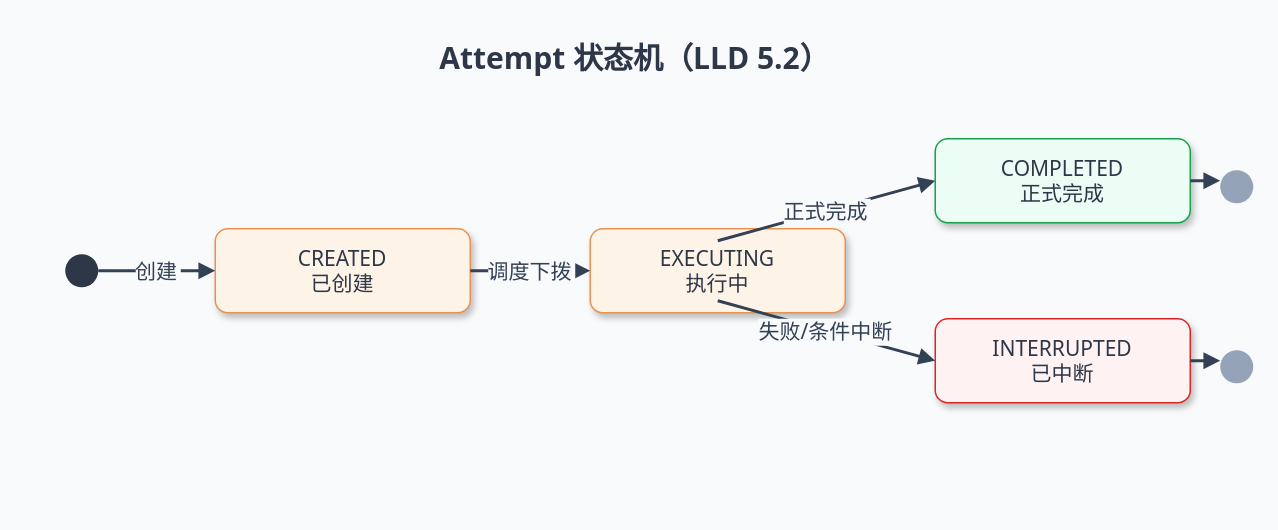
The draw.io diagram page "state-attempt" (6 of 9) of design/diagrams/drawio/turn-scheduler-lld.drawio in JamesLi-NLP/AgentGateway, before the edit. Source tidied: cells renumbered, new cells numbered last; positions are measured from the earlier drawing's top-left corner, leaving out a move shared by most shapes. Both pictures are drawn from the tidied source at 150%, with x=0, y=0 at pixel (64, 26).
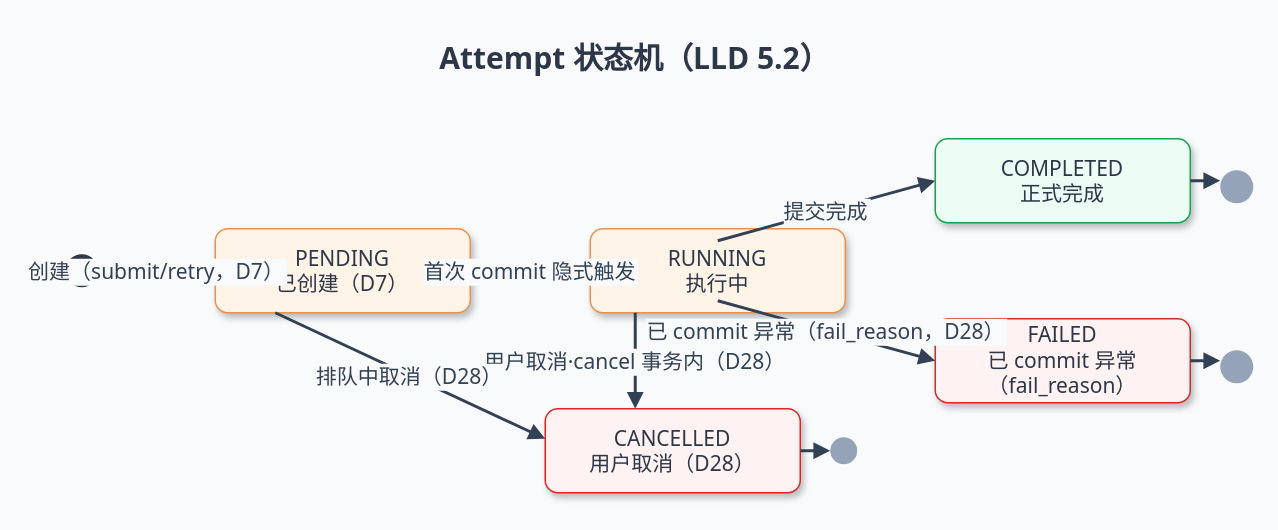
The same diagram, later.

What changed in the source:
```diff
@@
-    <mxCell id="4" value="CREATED&#10;已创建" style="rounded=1;whiteSpace=wrap;html=0;fillColor=#FEF3E7;strokeColor=#E99151;fontFamily=system-ui, -apple-system, PingFang SC, Microsoft YaHei, sans-serif;fontSize=14;fontColor=#2D3748;shadow=1;" parent="1" vertex="1">
-      <mxGeometry x="100" y="135" width="170" height="56" as="geometry" />
-    </mxCell>
-    <mxCell id="5" value="EXECUTING&#10;执行中" style="rounded=1;whiteSpace=wrap;html=0;fillColor=#FEF3E7;strokeColor=#E99151;fontFamily=system-ui, -apple-system, PingFang SC, Microsoft YaHei, sans-serif;fontSize=14;fontColor=#2D3748;shadow=1;" parent="1" vertex="1">
-      <mxGeometry x="350" y="135" width="170" height="56" as="geometry" />
-    </mxCell>
+    <mxCell id="16" value="PENDING&#10;已创建（D7）" style="rounded=1;whiteSpace=wrap;html=0;fillColor=#FEF3E7;strokeColor=#E99151;fontFamily=system-ui, -apple-system, PingFang SC, Microsoft YaHei, sans-serif;fontSize=14;fontColor=#2D3748;shadow=1;" parent="1" vertex="1">
+      <mxGeometry x="100" y="135" width="170" height="56" as="geometry" />
+    </mxCell>
+    <mxCell id="17" value="RUNNING&#10;执行中" style="rounded=1;whiteSpace=wrap;html=0;fillColor=#FEF3E7;strokeColor=#E99151;fontFamily=system-ui, -apple-system, PingFang SC, Microsoft YaHei, sans-serif;fontSize=14;fontColor=#2D3748;shadow=1;" parent="1" vertex="1">
+      <mxGeometry x="350" y="135" width="170" height="56" as="geometry" />
+    </mxCell>
@@
-    <mxCell id="7" value="INTERRUPTED&#10;已中断" style="rounded=1;whiteSpace=wrap;html=0;fillColor=#FEF2F2;strokeColor=#DC2626;fontFamily=system-ui, -apple-system, PingFang SC, Microsoft YaHei, sans-serif;fontSize=14;fontColor=#2D3748;shadow=1;" parent="1" vertex="1">
-      <mxGeometry x="580" y="195" width="170" height="56" as="geometry" />
-    </mxCell>
+    <mxCell id="18" value="FAILED&#10;已 commit 异常（fail_reason）" style="rounded=1;whiteSpace=wrap;html=0;fillColor=#FEF2F2;strokeColor=#DC2626;fontFamily=system-ui, -apple-system, PingFang SC, Microsoft YaHei, sans-serif;fontSize=14;fontColor=#2D3748;shadow=1;" parent="1" vertex="1">
+      <mxGeometry x="580" y="195" width="170" height="56" as="geometry" />
+    </mxCell>
+    <mxCell id="19" value="CANCELLED&#10;用户取消（D28）" style="rounded=1;whiteSpace=wrap;html=0;fillColor=#FEF2F2;strokeColor=#DC2626;fontFamily=system-ui, -apple-system, PingFang SC, Microsoft YaHei, sans-serif;fontSize=14;fontColor=#2D3748;shadow=1;" parent="1" vertex="1">
+      <mxGeometry x="320" y="255" width="170" height="56" as="geometry" />
+    </mxCell>
@@
+    <mxCell id="20" style="ellipse;whiteSpace=wrap;html=0;fillColor=#94A3B8;strokeColor=none;" parent="1" vertex="1">
+      <mxGeometry x="510" y="274" width="18" height="18" as="geometry" />
+    </mxCell>
-    <mxCell id="10" value="创建" style="edgeStyle=none;html=0;strokeWidth=2;strokeColor=#334155;endArrow=block;fontFamily=system-ui, -apple-system, PingFang SC, Microsoft YaHei, sans-serif;fontSize=14;fontColor=#334155;labelBackgroundColor=#F8FAFC;" parent="1" edge="1">
+    <mxCell id="10" value="创建（submit/retry，D7）" style="edgeStyle=none;html=0;strokeWidth=2;strokeColor=#334155;endArrow=block;fontFamily=system-ui, -apple-system, PingFang SC, Microsoft YaHei, sans-serif;fontSize=14;fontColor=#334155;labelBackgroundColor=#F8FAFC;" parent="1" edge="1">
       <mxGeometry relative="1" as="geometry">
         <mxPoint x="22" y="163" as="sourcePoint" />
         <mxPoint x="100" y="163" as="targetPoint" />
       </mxGeometry>
     </mxCell>
-    <mxCell id="11" value="调度下拨" style="edgeStyle=none;html=0;strokeWidth=2;strokeColor=#334155;endArrow=block;fontFamily=system-ui, -apple-system, PingFang SC, Microsoft YaHei, sans-serif;fontSize=14;fontColor=#334155;labelBackgroundColor=#F8FAFC;" parent="1" edge="1">
+    <mxCell id="11" value="首次 commit 隐式触发" style="edgeStyle=none;html=0;strokeWidth=2;strokeColor=#334155;endArrow=block;fontFamily=system-ui, -apple-system, PingFang SC, Microsoft YaHei, sans-serif;fontSize=14;fontColor=#334155;labelBackgroundColor=#F8FAFC;" parent="1" edge="1">
       <mxGeometry relative="1" as="geometry">
         <mxPoint x="270" y="163" as="sourcePoint" />
         <mxPoint x="350" y="163" as="targetPoint" />
       </mxGeometry>
     </mxCell>
-    <mxCell id="12" value="正式完成" style="edgeStyle=none;html=0;strokeWidth=2;strokeColor=#334155;endArrow=block;fontFamily=system-ui, -apple-system, PingFang SC, Microsoft YaHei, sans-serif;fontSize=14;fontColor=#334155;labelBackgroundColor=#F8FAFC;" parent="1" edge="1">
+    <mxCell id="12" value="提交完成" style="edgeStyle=none;html=0;strokeWidth=2;strokeColor=#334155;endArrow=block;fontFamily=system-ui, -apple-system, PingFang SC, Microsoft YaHei, sans-serif;fontSize=14;fontColor=#334155;labelBackgroundColor=#F8FAFC;" parent="1" edge="1">
       <mxGeometry relative="1" as="geometry">
         <mxPoint x="435" y="143" as="sourcePoint" />
         <mxPoint x="580" y="103" as="targetPoint" />
       </mxGeometry>
     </mxCell>
-    <mxCell id="13" value="失败/条件中断" style="edgeStyle=none;html=0;strokeWidth=2;strokeColor=#334155;endArrow=block;fontFamily=system-ui, -apple-system, PingFang SC, Microsoft YaHei, sans-serif;fontSize=14;fontColor=#334155;labelBackgroundColor=#F8FAFC;" parent="1" edge="1">
+    <mxCell id="13" value="已 commit 异常（fail_reason，D28）" style="edgeStyle=none;html=0;strokeWidth=2;strokeColor=#334155;endArrow=block;fontFamily=system-ui, -apple-system, PingFang SC, Microsoft YaHei, sans-serif;fontSize=14;fontColor=#334155;labelBackgroundColor=#F8FAFC;" parent="1" edge="1">
       <mxGeometry relative="1" as="geometry">
         <mxPoint x="435" y="183" as="sourcePoint" />
         <mxPoint x="580" y="223" as="targetPoint" />
       </mxGeometry>
     </mxCell>
-    <mxCell id="14" style="edgeStyle=none;html=0;strokeWidth=2;strokeColor=#334155;endArrow=block;fontFamily=system-ui, -apple-system, PingFang SC, Microsoft YaHei, sans-serif;fontSize=14;fontColor=#334155;labelBackgroundColor=#F8FAFC;" parent="1" edge="1">
+    <mxCell id="14" value="用户取消·cancel 事务内（D28）" style="edgeStyle=none;html=0;strokeWidth=2;strokeColor=#334155;endArrow=block;fontFamily=system-ui, -apple-system, PingFang SC, Microsoft YaHei, sans-serif;fontSize=14;fontColor=#334155;labelBackgroundColor=#F8FAFC;" parent="1" edge="1">
       <mxGeometry relative="1" as="geometry">
-        <mxPoint x="750" y="103" as="sourcePoint" />
-        <mxPoint x="770" y="103" as="targetPoint" />
+        <mxPoint x="380" y="191" as="sourcePoint" />
+        <mxPoint x="380" y="255" as="targetPoint" />
       </mxGeometry>
     </mxCell>
-    <mxCell id="15" style="edgeStyle=none;html=0;strokeWidth=2;strokeColor=#334155;endArrow=block;fontFamily=system-ui, -apple-system, PingFang SC, Microsoft YaHei, sans-serif;fontSize=14;fontColor=#334155;labelBackgroundColor=#F8FAFC;" parent="1" edge="1">
+    <mxCell id="15" value="排队中取消（D28）" style="edgeStyle=none;html=0;strokeWidth=2;strokeColor=#334155;endArrow=block;fontFamily=system-ui, -apple-system, PingFang SC, Microsoft YaHei, sans-serif;fontSize=14;fontColor=#334155;labelBackgroundColor=#F8FAFC;" parent="1" edge="1">
       <mxGeometry relative="1" as="geometry">
-        <mxPoint x="750" y="223" as="sourcePoint" />
-        <mxPoint x="770" y="223" as="targetPoint" />
+        <mxPoint x="140" y="191" as="sourcePoint" />
+        <mxPoint x="320" y="275" as="targetPoint" />
       </mxGeometry>
     </mxCell>
+    <mxCell id="21" style="edgeStyle=none;html=0;strokeWidth=2;strokeColor=#334155;endArrow=block;fontFamily=system-ui, -apple-system, PingFang SC, Microsoft YaHei, sans-serif;fontSize=14;fontColor=#334155;labelBackgroundColor=#F8FAFC;" parent="1" edge="1">
+      <mxGeometry relative="1" as="geometry">
+        <mxPoint x="750" y="103" as="sourcePoint" />
+        <mxPoint x="770" y="103" as="targetPoint" />
+      </mxGeometry>
+    </mxCell>
+    <mxCell id="22" style="edgeStyle=none;html=0;strokeWidth=2;strokeColor=#334155;endArrow=block;fontFamily=system-ui, -apple-system, PingFang SC, Microsoft YaHei, sans-serif;fontSize=14;fontColor=#334155;labelBackgroundColor=#F8FAFC;" parent="1" edge="1">
+      <mxGeometry relative="1" as="geometry">
+        <mxPoint x="750" y="223" as="sourcePoint" />
+        <mxPoint x="770" y="223" as="targetPoint" />
+      </mxGeometry>
+    </mxCell>
+    <mxCell id="23" style="edgeStyle=none;html=0;strokeWidth=2;strokeColor=#334155;endArrow=block;fontFamily=system-ui, -apple-system, PingFang SC, Microsoft YaHei, sans-serif;fontSize=14;fontColor=#334155;labelBackgroundColor=#F8FAFC;" parent="1" edge="1">
+      <mxGeometry relative="1" as="geometry">
+        <mxPoint x="490" y="283" as="sourcePoint" />
+        <mxPoint x="510" y="283" as="targetPoint" />
+      </mxGeometry>
+    </mxCell>
```
